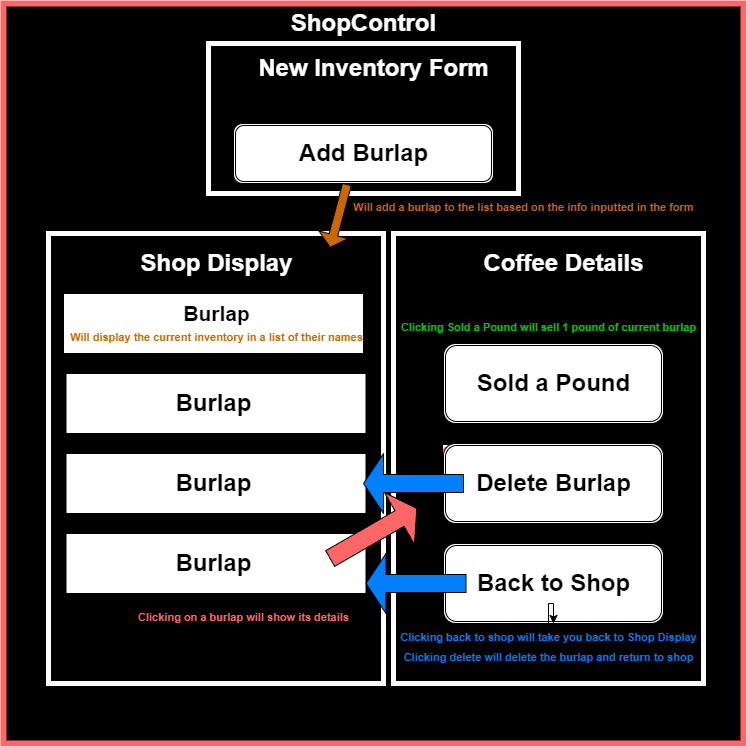
Before: CoffeeShopDiagram.drawio.png, a diagram exported from draw.io (tdietzel/Coffee_Shop_Redux). Source tidied: cells renumbered, new cells last; positions are measured from the earlier drawing's top-left corner, leaving out a move shared by most shapes.
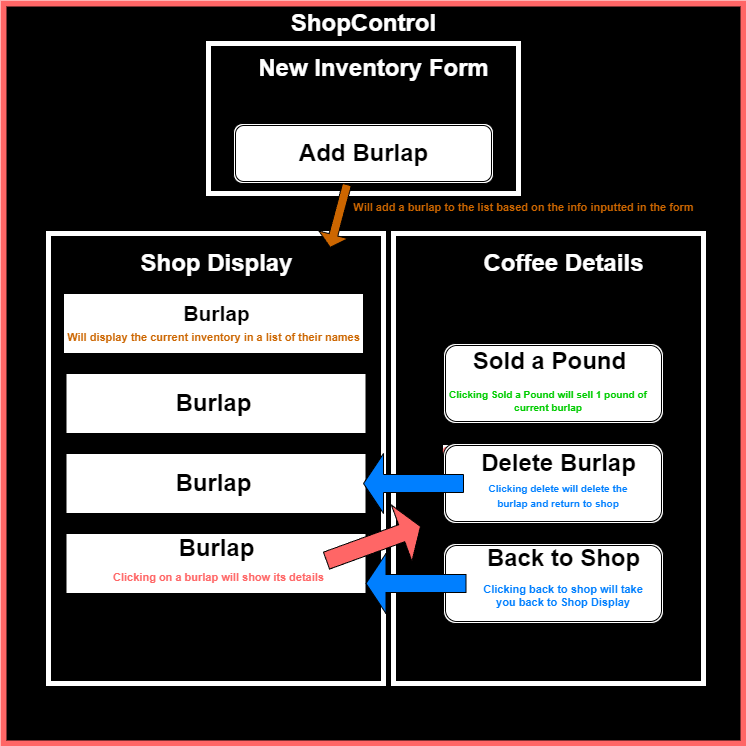
After the change.

Change to the diagram source:
```diff
@@ -54,13 +54,13 @@
       <mxGeometry x="315" y="145" width="90" height="10" as="geometry" />
     </mxCell>
     <mxCell id="19" value="Sold a Pound" style="text;strokeColor=none;fillColor=none;html=1;fontSize=24;fontStyle=1;verticalAlign=middle;align=center;" parent="1" vertex="1">
-      <mxGeometry x="505" y="375" width="90" height="10" as="geometry" />
+      <mxGeometry x="501.2" y="352.5" width="90" height="10" as="geometry" />
     </mxCell>
     <mxCell id="20" value="Delete Burlap" style="text;strokeColor=none;fillColor=none;html=1;fontSize=24;fontStyle=1;verticalAlign=middle;align=center;" parent="1" vertex="1">
-      <mxGeometry x="505" y="475" width="90" height="10" as="geometry" />
+      <mxGeometry x="510" y="455" width="90" height="10" as="geometry" />
     </mxCell>
     <mxCell id="21" value="Back to Shop" style="text;strokeColor=none;fillColor=none;html=1;fontSize=24;fontStyle=1;verticalAlign=middle;align=center;" parent="1" vertex="1">
-      <mxGeometry x="505" y="575" width="90" height="10" as="geometry" />
+      <mxGeometry x="515" y="550" width="90" height="10" as="geometry" />
     </mxCell>
     <mxCell id="22" value="&lt;font style=&quot;font-size: 21px;&quot;&gt;Burlap&lt;/font&gt;" style="text;strokeColor=none;fillColor=none;html=1;fontSize=24;fontStyle=1;verticalAlign=middle;align=center;" parent="1" vertex="1">
       <mxGeometry x="162.5" y="290" width="100" height="40" as="geometry" />
@@ -72,34 +72,31 @@
       <mxGeometry x="160" y="460" width="100" height="40" as="geometry" />
     </mxCell>
     <mxCell id="25" value="Burlap" style="text;strokeColor=none;fillColor=none;html=1;fontSize=24;fontStyle=1;verticalAlign=middle;align=center;" parent="1" vertex="1">
-      <mxGeometry x="160" y="540" width="100" height="40" as="geometry" />
+      <mxGeometry x="162.5" y="530" width="100" height="30" as="geometry" />
     </mxCell>
-    <mxCell id="26" style="shape=singleArrow;whiteSpace=wrap;html=1;rotation=-30;fillColor=#FF6666;" parent="1" vertex="1">
-      <mxGeometry x="320" y="500" width="100" height="60" as="geometry" />
+    <mxCell id="26" style="shape=singleArrow;whiteSpace=wrap;html=1;rotation=-20;fillColor=#FF6666;" parent="1" vertex="1">
+      <mxGeometry x="320" y="510" width="100" height="60" as="geometry" />
     </mxCell>
     <mxCell id="27" value="&lt;font style=&quot;font-size: 11px;&quot; color=&quot;#ff6666&quot;&gt;Clicking on a burlap will show its details&lt;/font&gt;" style="text;strokeColor=none;fillColor=none;html=1;fontSize=24;fontStyle=1;verticalAlign=middle;align=center;" parent="1" vertex="1">
-      <mxGeometry x="230" y="600" width="20" height="20" as="geometry" />
+      <mxGeometry x="205" y="560" width="20" height="20" as="geometry" />
     </mxCell>
     <mxCell id="28" style="shape=singleArrow;direction=west;whiteSpace=wrap;html=1;fillColor=#007FFF;" parent="1" vertex="1">
       <mxGeometry x="362.5" y="550" width="100" height="60" as="geometry" />
     </mxCell>
-    <mxCell id="29" style="edgeStyle=orthogonalEdgeStyle;rounded=0;jettySize=auto;html=1;" parent="1" edge="1" source="30" target="14">
-      <mxGeometry relative="1" as="geometry" />
-    </mxCell>
-    <mxCell id="30" value="&lt;font color=&quot;#007fff&quot; style=&quot;font-size: 11px;&quot;&gt;Clicking back to shop will take you back to Shop Display&lt;/font&gt;" style="text;strokeColor=none;fillColor=none;html=1;fontSize=24;fontStyle=1;verticalAlign=middle;align=center;" parent="1" vertex="1">
-      <mxGeometry x="535" y="620" width="20" height="20" as="geometry" />
+    <mxCell id="30" value="&lt;p style=&quot;line-height: 30%;&quot;&gt;&lt;font color=&quot;#007fff&quot; style=&quot;font-size: 11px;&quot;&gt;Clicking back to shop will take you back to Shop Display&lt;/font&gt;&lt;/p&gt;" style="text;strokeColor=none;fillColor=none;html=1;fontSize=24;fontStyle=1;verticalAlign=middle;align=center;whiteSpace=wrap;" parent="1" vertex="1">
+      <mxGeometry x="475" y="580" width="170" height="20" as="geometry" />
     </mxCell>
     <mxCell id="31" style="shape=singleArrow;direction=west;whiteSpace=wrap;html=1;fillColor=#007FFF;" parent="1" vertex="1">
       <mxGeometry x="360" y="450" width="100" height="60" as="geometry" />
     </mxCell>
-    <mxCell id="32" value="&lt;font color=&quot;#007fff&quot; style=&quot;font-size: 11px;&quot;&gt;Clicking delete will delete the burlap and return to shop&lt;/font&gt;" style="text;strokeColor=none;fillColor=none;html=1;fontSize=24;fontStyle=1;verticalAlign=middle;align=center;" parent="1" vertex="1">
-      <mxGeometry x="535" y="640" width="20" height="20" as="geometry" />
+    <mxCell id="32" value="&lt;p style=&quot;line-height: 40%;&quot;&gt;&lt;font color=&quot;#007fff&quot; style=&quot;font-size: 10px;&quot;&gt;Clicking delete will delete the burlap and return to shop&lt;/font&gt;&lt;/p&gt;" style="text;strokeColor=none;fillColor=none;html=1;fontSize=24;fontStyle=1;verticalAlign=middle;align=center;whiteSpace=wrap;" parent="1" vertex="1">
+      <mxGeometry x="475" y="465" width="160" height="50" as="geometry" />
     </mxCell>
-    <mxCell id="33" value="&lt;font color=&quot;#00cc00&quot; style=&quot;font-size: 11px;&quot;&gt;Clicking Sold a Pound will sell 1 pound of current burlap&lt;/font&gt;" style="text;strokeColor=none;fillColor=none;html=1;fontSize=24;fontStyle=1;verticalAlign=middle;align=center;" parent="1" vertex="1">
-      <mxGeometry x="535" y="310" width="20" height="20" as="geometry" />
+    <mxCell id="33" value="&lt;p style=&quot;line-height: 30%;&quot;&gt;&lt;font style=&quot;font-size: 10px;&quot; color=&quot;#00cc00&quot;&gt;Clicking Sold a Pound will sell 1 pound of current burlap&lt;/font&gt;&lt;/p&gt;" style="text;strokeColor=none;fillColor=none;fontSize=24;fontStyle=1;verticalAlign=middle;align=center;whiteSpace=wrap;html=1;" parent="1" vertex="1">
+      <mxGeometry x="436.2" y="382.5" width="217.5" height="25" as="geometry" />
     </mxCell>
     <mxCell id="34" value="&lt;font color=&quot;#cc6600&quot; style=&quot;font-size: 11px;&quot;&gt;Will display the current inventory in a list of their names&lt;/font&gt;" style="text;strokeColor=none;fillColor=none;html=1;fontSize=24;fontStyle=1;verticalAlign=middle;align=center;" parent="1" vertex="1">
-      <mxGeometry x="202.5" y="320" width="20" height="20" as="geometry" />
+      <mxGeometry x="200" y="320" width="20" height="20" as="geometry" />
     </mxCell>
     <mxCell id="35" style="shape=singleArrow;direction=south;whiteSpace=wrap;html=1;rotation=15;fillColor=#CC6600;" parent="1" vertex="1">
       <mxGeometry x="320" y="180" width="30" height="65" as="geometry" />
```
